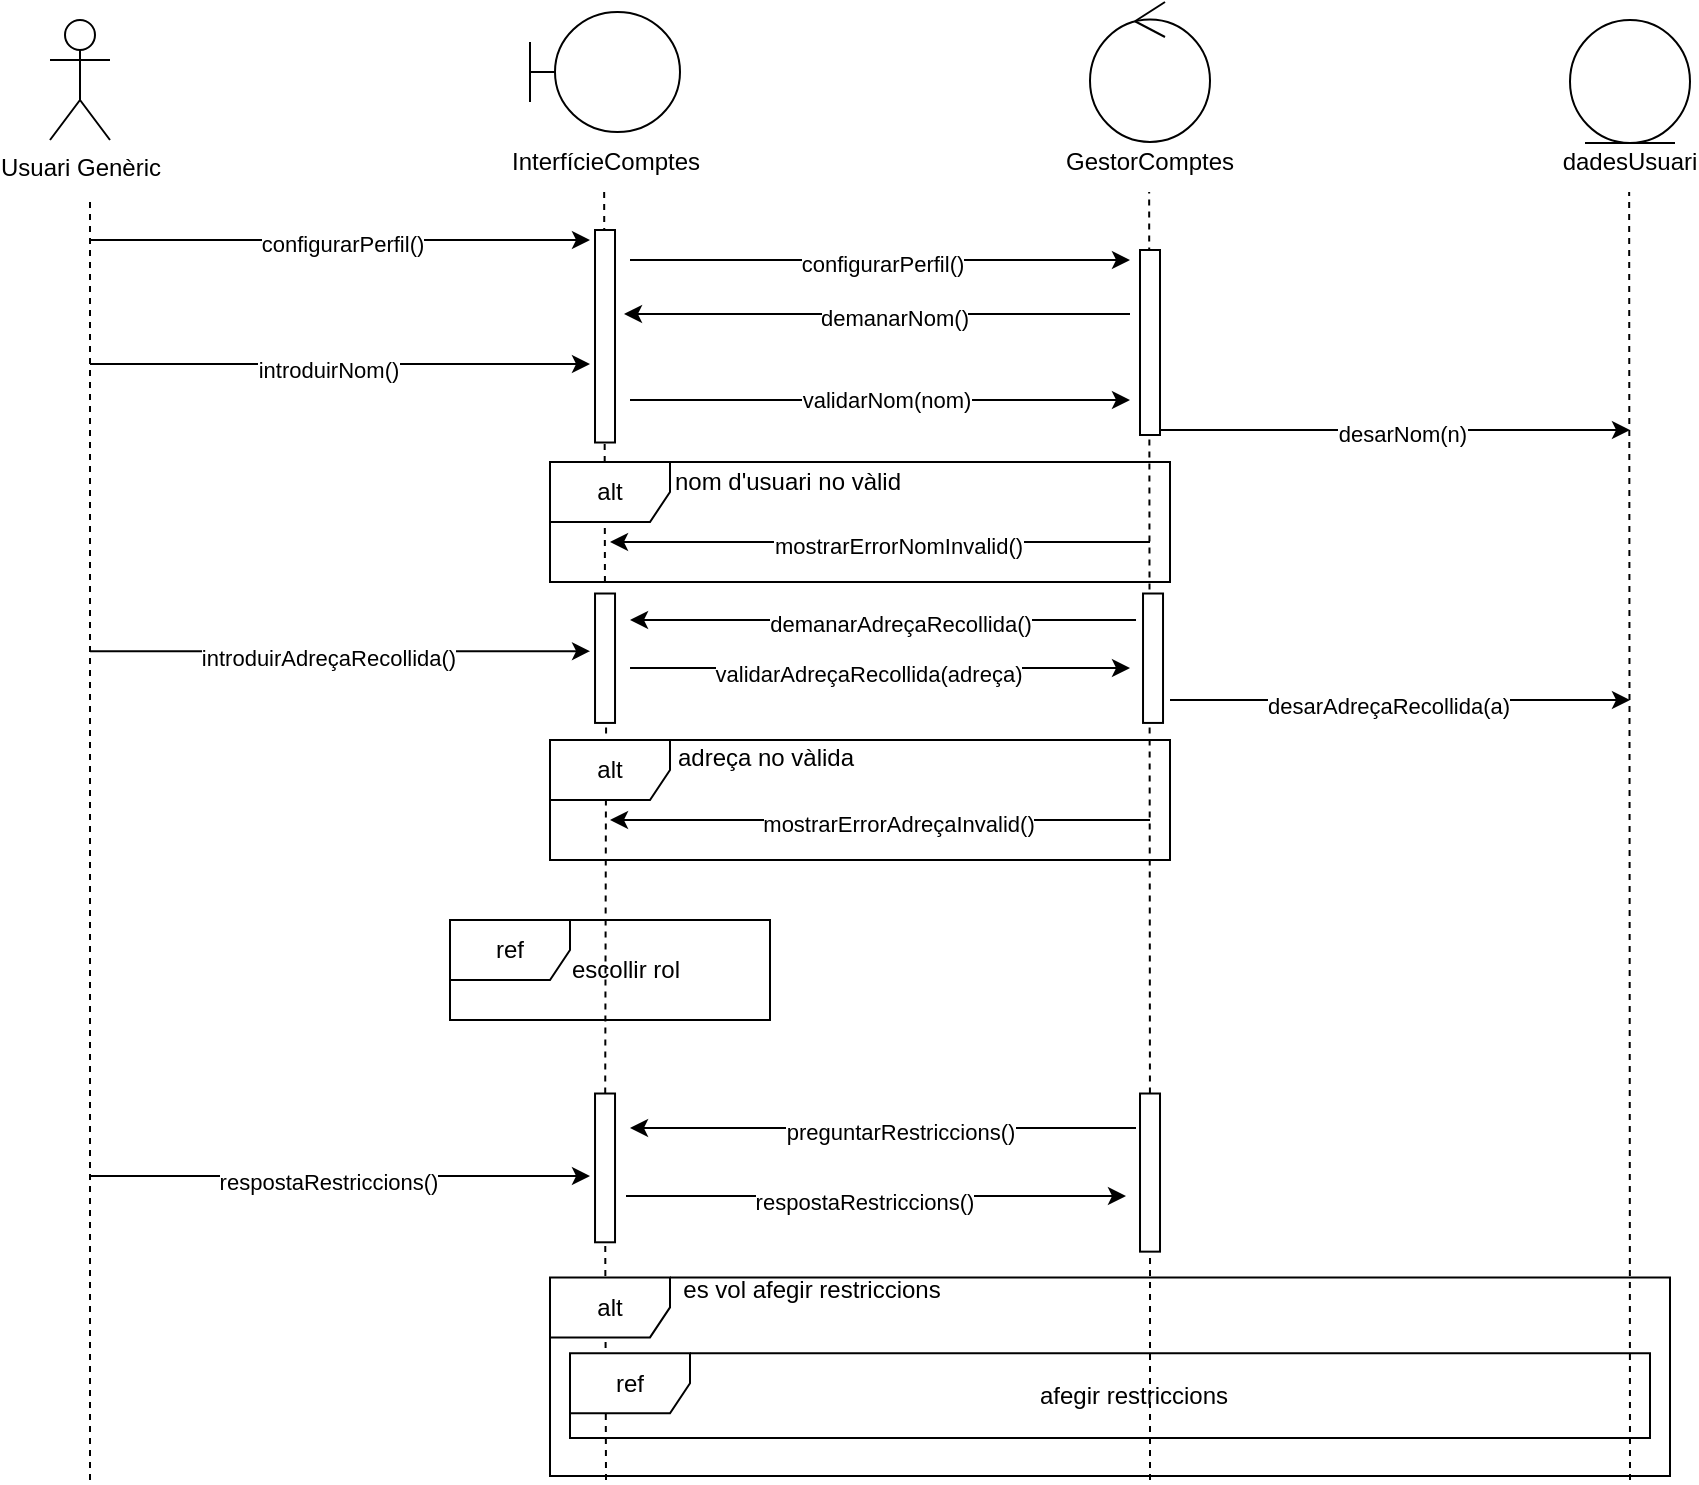
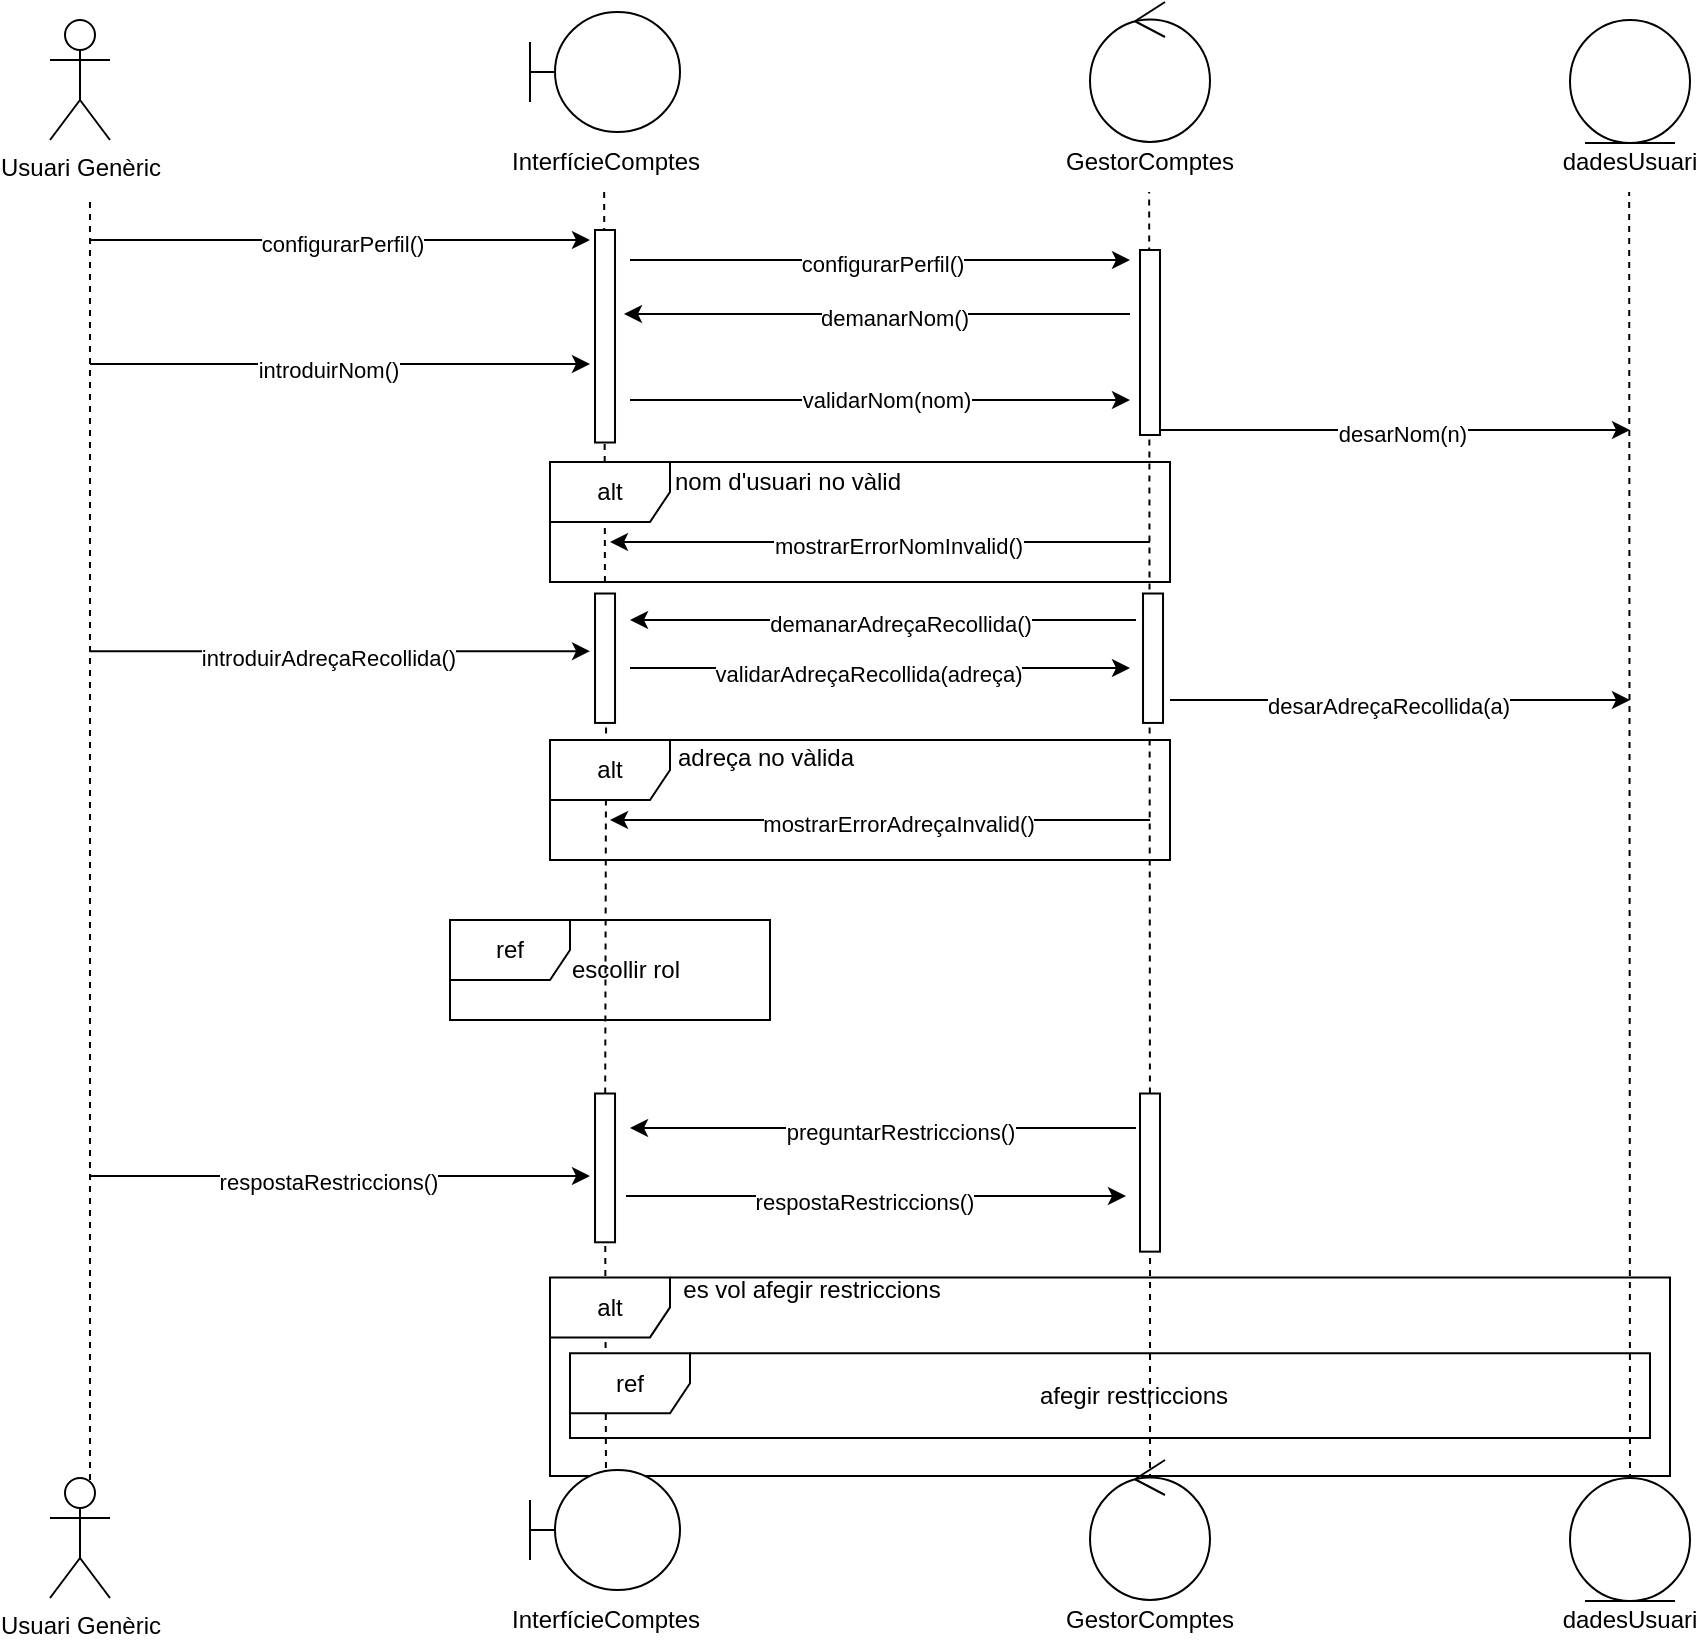
<mxfile host="Electron">
  <diagram name="Pàgina-1" id="qvVAie-Hl5Rr7k6o38sZ">
-     <mxGraphModel dx="1414" dy="882" grid="1" gridSize="10" guides="1" tooltips="1" connect="1" arrows="1" fold="1" page="1" pageScale="1" pageWidth="1169" pageHeight="827" math="0" shadow="0">
+     <mxGraphModel dx="1414" dy="922" grid="1" gridSize="10" guides="1" tooltips="1" connect="1" arrows="1" fold="1" page="1" pageScale="1" pageWidth="1169" pageHeight="827" math="0" shadow="0">
      <root>
        <mxCell id="0" />
        <mxCell id="1" parent="0" />
        <mxCell id="b8Wn0gmdy3Yzb2cbIPzx-2" parent="1" style="shape=umlActor;verticalLabelPosition=bottom;verticalAlign=top;html=1;outlineConnect=0;" value="Usuari Genèric" vertex="1">
-           <mxGeometry height="60" width="30" x="110" y="60" as="geometry" />
+           <mxGeometry height="60" width="30" x="160" y="10" as="geometry" />
        </mxCell>
        <mxCell id="b8Wn0gmdy3Yzb2cbIPzx-11" connectable="0" parent="1" style="group" value="" vertex="1">
-           <mxGeometry height="90" width="75" x="350" y="56" as="geometry" />
+           <mxGeometry height="90" width="75" x="400" y="6" as="geometry" />
        </mxCell>
        <mxCell id="b8Wn0gmdy3Yzb2cbIPzx-6" parent="b8Wn0gmdy3Yzb2cbIPzx-11" style="shape=umlBoundary;whiteSpace=wrap;html=1;" value="" vertex="1">
          <mxGeometry height="60" width="75" as="geometry" />
        </mxCell>
        <mxCell id="b8Wn0gmdy3Yzb2cbIPzx-9" parent="b8Wn0gmdy3Yzb2cbIPzx-11" style="text;html=1;whiteSpace=wrap;strokeColor=none;fillColor=none;align=center;verticalAlign=middle;rounded=0;" value="InterfícieComptes" vertex="1">
          <mxGeometry height="30" width="60" x="7.5" y="60" as="geometry" />
        </mxCell>
        <mxCell id="b8Wn0gmdy3Yzb2cbIPzx-14" connectable="0" parent="1" style="group" value="" vertex="1">
-           <mxGeometry height="95" width="60" x="630" y="51" as="geometry" />
+           <mxGeometry height="95" width="60" x="680" y="1" as="geometry" />
        </mxCell>
        <mxCell id="b8Wn0gmdy3Yzb2cbIPzx-12" parent="b8Wn0gmdy3Yzb2cbIPzx-14" style="ellipse;shape=umlControl;whiteSpace=wrap;html=1;" value="" vertex="1">
          <mxGeometry height="70" width="60" as="geometry" />
        </mxCell>
        <mxCell id="b8Wn0gmdy3Yzb2cbIPzx-13" parent="b8Wn0gmdy3Yzb2cbIPzx-14" style="text;html=1;whiteSpace=wrap;strokeColor=none;fillColor=none;align=center;verticalAlign=middle;rounded=0;" value="GestorComptes" vertex="1">
          <mxGeometry height="30" width="60" y="65" as="geometry" />
        </mxCell>
        <mxCell id="b8Wn0gmdy3Yzb2cbIPzx-15" edge="1" parent="1" style="endArrow=none;dashed=1;html=1;rounded=0;" value="">
          <mxGeometry height="50" relative="1" width="50" as="geometry">
-             <mxPoint x="130" y="790" as="sourcePoint" />
-             <mxPoint x="130" y="150" as="targetPoint" />
+             <mxPoint x="180" y="740" as="sourcePoint" />
+             <mxPoint x="180" y="100" as="targetPoint" />
          </mxGeometry>
        </mxCell>
        <mxCell id="b8Wn0gmdy3Yzb2cbIPzx-16" edge="1" parent="1" style="endArrow=none;dashed=1;html=1;rounded=0;" value="">
          <mxGeometry height="50" relative="1" width="50" as="geometry">
-             <mxPoint x="387.46769230769223" y="341" as="sourcePoint" />
-             <mxPoint x="387.08000000000004" y="146" as="targetPoint" />
+             <mxPoint x="437.46769230769223" y="291" as="sourcePoint" />
+             <mxPoint x="437.08000000000004" y="96" as="targetPoint" />
          </mxGeometry>
        </mxCell>
        <mxCell id="b8Wn0gmdy3Yzb2cbIPzx-17" edge="1" parent="1" source="b8Wn0gmdy3Yzb2cbIPzx-101" style="endArrow=none;dashed=1;html=1;rounded=0;" value="">
          <mxGeometry height="50" relative="1" width="50" as="geometry">
-             <mxPoint x="659.58" y="586" as="sourcePoint" />
-             <mxPoint x="659.58" y="146" as="targetPoint" />
+             <mxPoint x="709.58" y="536" as="sourcePoint" />
+             <mxPoint x="709.58" y="96" as="targetPoint" />
          </mxGeometry>
        </mxCell>
        <mxCell id="b8Wn0gmdy3Yzb2cbIPzx-41" edge="1" parent="1" source="b8Wn0gmdy3Yzb2cbIPzx-107" style="endArrow=none;dashed=1;html=1;rounded=0;entryX=0.091;entryY=1.067;entryDx=0;entryDy=0;entryPerimeter=0;" target="b8Wn0gmdy3Yzb2cbIPzx-135" value="">
          <mxGeometry height="50" relative="1" width="50" as="geometry">
-             <mxPoint x="387.08000000000004" y="660" as="sourcePoint" />
-             <mxPoint x="387" y="414" as="targetPoint" />
+             <mxPoint x="437.08000000000004" y="610" as="sourcePoint" />
+             <mxPoint x="437" y="364" as="targetPoint" />
          </mxGeometry>
        </mxCell>
        <mxCell id="b8Wn0gmdy3Yzb2cbIPzx-46" parent="1" style="text;html=1;whiteSpace=wrap;strokeColor=none;fillColor=none;align=center;verticalAlign=middle;rounded=0;" value="dadesUsuari" vertex="1">
-           <mxGeometry height="30" width="60" x="870" y="116" as="geometry" />
+           <mxGeometry height="30" width="60" x="920" y="66" as="geometry" />
        </mxCell>
        <mxCell id="b8Wn0gmdy3Yzb2cbIPzx-47" parent="1" style="ellipse;shape=umlEntity;whiteSpace=wrap;html=1;" value="" vertex="1">
-           <mxGeometry height="61.5" width="60" x="870" y="60" as="geometry" />
+           <mxGeometry height="61.5" width="60" x="920" y="10" as="geometry" />
        </mxCell>
        <mxCell id="b8Wn0gmdy3Yzb2cbIPzx-48" edge="1" parent="1" style="endArrow=none;dashed=1;html=1;rounded=0;" value="">
          <mxGeometry height="50" relative="1" width="50" as="geometry">
-             <mxPoint x="900" y="790" as="sourcePoint" />
-             <mxPoint x="899.5799999999999" y="146" as="targetPoint" />
+             <mxPoint x="950" y="740" as="sourcePoint" />
+             <mxPoint x="949.5799999999999" y="96" as="targetPoint" />
          </mxGeometry>
        </mxCell>
        <mxCell id="b8Wn0gmdy3Yzb2cbIPzx-68" edge="1" parent="1" style="endArrow=classic;html=1;rounded=0;" value="">
          <mxGeometry height="50" relative="1" width="50" as="geometry">
-             <mxPoint x="130" y="170" as="sourcePoint" />
-             <mxPoint x="380" y="170" as="targetPoint" />
+             <mxPoint x="180" y="120" as="sourcePoint" />
+             <mxPoint x="430" y="120" as="targetPoint" />
          </mxGeometry>
        </mxCell>
        <mxCell id="b8Wn0gmdy3Yzb2cbIPzx-70" connectable="0" parent="b8Wn0gmdy3Yzb2cbIPzx-68" style="edgeLabel;html=1;align=center;verticalAlign=middle;resizable=0;points=[];" value="configurarPerfil()" vertex="1">
          <mxGeometry relative="1" x="0.0093" y="-2" as="geometry">
            <mxPoint as="offset" />
          </mxGeometry>
        </mxCell>
        <mxCell id="b8Wn0gmdy3Yzb2cbIPzx-69" parent="1" style="rounded=0;whiteSpace=wrap;html=1;rotation=-90;" value="" vertex="1">
-           <mxGeometry height="10" width="106.25" x="334.38" y="213.13" as="geometry" />
+           <mxGeometry height="10" width="106.25" x="384.38" y="163.13" as="geometry" />
        </mxCell>
        <mxCell id="b8Wn0gmdy3Yzb2cbIPzx-71" edge="1" parent="1" style="endArrow=classic;html=1;rounded=0;" value="">
          <mxGeometry height="50" relative="1" width="50" as="geometry">
-             <mxPoint x="400" y="180" as="sourcePoint" />
-             <mxPoint x="650" y="180" as="targetPoint" />
+             <mxPoint x="450" y="130" as="sourcePoint" />
+             <mxPoint x="700" y="130" as="targetPoint" />
          </mxGeometry>
        </mxCell>
        <mxCell id="b8Wn0gmdy3Yzb2cbIPzx-72" connectable="0" parent="b8Wn0gmdy3Yzb2cbIPzx-71" style="edgeLabel;html=1;align=center;verticalAlign=middle;resizable=0;points=[];" value="configurarPerfil()" vertex="1">
          <mxGeometry relative="1" x="0.0093" y="-2" as="geometry">
            <mxPoint as="offset" />
          </mxGeometry>
        </mxCell>
        <mxCell id="b8Wn0gmdy3Yzb2cbIPzx-73" parent="1" style="rounded=0;whiteSpace=wrap;html=1;rotation=-90;" value="" vertex="1">
-           <mxGeometry height="10" width="92.5" x="613.75" y="216.25" as="geometry" />
+           <mxGeometry height="10" width="92.5" x="663.75" y="166.25" as="geometry" />
        </mxCell>
        <mxCell id="b8Wn0gmdy3Yzb2cbIPzx-74" edge="1" parent="1" style="endArrow=classic;html=1;rounded=0;" value="">
          <mxGeometry height="50" relative="1" width="50" as="geometry">
-             <mxPoint x="650" y="207" as="sourcePoint" />
-             <mxPoint x="397" y="207" as="targetPoint" />
+             <mxPoint x="700" y="157" as="sourcePoint" />
+             <mxPoint x="447" y="157" as="targetPoint" />
          </mxGeometry>
        </mxCell>
        <mxCell id="b8Wn0gmdy3Yzb2cbIPzx-75" connectable="0" parent="b8Wn0gmdy3Yzb2cbIPzx-74" style="edgeLabel;html=1;align=center;verticalAlign=middle;resizable=0;points=[];" value="demanarNom()" vertex="1">
          <mxGeometry relative="1" x="-0.0684" y="2" as="geometry">
            <mxPoint as="offset" />
          </mxGeometry>
        </mxCell>
        <mxCell id="b8Wn0gmdy3Yzb2cbIPzx-76" edge="1" parent="1" style="endArrow=classic;html=1;rounded=0;" value="">
          <mxGeometry height="50" relative="1" width="50" as="geometry">
-             <mxPoint x="130" y="232" as="sourcePoint" />
-             <mxPoint x="380" y="232" as="targetPoint" />
+             <mxPoint x="180" y="182" as="sourcePoint" />
+             <mxPoint x="430" y="182" as="targetPoint" />
          </mxGeometry>
        </mxCell>
        <mxCell id="b8Wn0gmdy3Yzb2cbIPzx-77" connectable="0" parent="b8Wn0gmdy3Yzb2cbIPzx-76" style="edgeLabel;html=1;align=center;verticalAlign=middle;resizable=0;points=[];" value="introduirNom()" vertex="1">
          <mxGeometry relative="1" x="-0.0507" y="-3" as="geometry">
            <mxPoint as="offset" />
          </mxGeometry>
        </mxCell>
        <mxCell id="b8Wn0gmdy3Yzb2cbIPzx-78" edge="1" parent="1" style="endArrow=classic;html=1;rounded=0;" value="">
          <mxGeometry height="50" relative="1" width="50" as="geometry">
-             <mxPoint x="400" y="250" as="sourcePoint" />
-             <mxPoint x="650" y="250" as="targetPoint" />
+             <mxPoint x="450" y="200" as="sourcePoint" />
+             <mxPoint x="700" y="200" as="targetPoint" />
          </mxGeometry>
        </mxCell>
        <mxCell id="b8Wn0gmdy3Yzb2cbIPzx-79" connectable="0" parent="b8Wn0gmdy3Yzb2cbIPzx-78" style="edgeLabel;html=1;align=center;verticalAlign=middle;resizable=0;points=[];" value="validarNom(nom)" vertex="1">
          <mxGeometry relative="1" x="0.0252" as="geometry">
            <mxPoint as="offset" />
          </mxGeometry>
        </mxCell>
        <mxCell id="b8Wn0gmdy3Yzb2cbIPzx-82" edge="1" parent="1" style="endArrow=classic;html=1;rounded=0;" value="a">
          <mxGeometry height="50" relative="1" width="50" as="geometry">
-             <mxPoint x="665" y="265" as="sourcePoint" />
-             <mxPoint x="900" y="265" as="targetPoint" />
+             <mxPoint x="715" y="215" as="sourcePoint" />
+             <mxPoint x="950" y="215" as="targetPoint" />
          </mxGeometry>
        </mxCell>
        <mxCell id="b8Wn0gmdy3Yzb2cbIPzx-83" connectable="0" parent="b8Wn0gmdy3Yzb2cbIPzx-82" style="edgeLabel;html=1;align=center;verticalAlign=middle;resizable=0;points=[];" value="desarNom(n)" vertex="1">
          <mxGeometry relative="1" x="0.0241" y="-2" as="geometry">
            <mxPoint as="offset" />
          </mxGeometry>
        </mxCell>
        <mxCell id="b8Wn0gmdy3Yzb2cbIPzx-102" edge="1" parent="1" style="endArrow=none;dashed=1;html=1;rounded=0;" target="b8Wn0gmdy3Yzb2cbIPzx-101" value="">
          <mxGeometry height="50" relative="1" width="50" as="geometry">
-             <mxPoint x="660" y="790" as="sourcePoint" />
-             <mxPoint x="659.58" y="146" as="targetPoint" />
+             <mxPoint x="710" y="740" as="sourcePoint" />
+             <mxPoint x="709.58" y="96" as="targetPoint" />
          </mxGeometry>
        </mxCell>
        <mxCell id="b8Wn0gmdy3Yzb2cbIPzx-101" parent="1" style="rounded=0;whiteSpace=wrap;html=1;rotation=-90;" value="" vertex="1">
-           <mxGeometry height="10" width="79.07" x="620.47" y="631.29" as="geometry" />
+           <mxGeometry height="10" width="79.07" x="670.47" y="581.29" as="geometry" />
        </mxCell>
        <mxCell id="b8Wn0gmdy3Yzb2cbIPzx-103" edge="1" parent="1" style="endArrow=classic;html=1;rounded=0;" value="">
          <mxGeometry height="50" relative="1" width="50" as="geometry">
-             <mxPoint x="653" y="614" as="sourcePoint" />
-             <mxPoint x="400" y="614" as="targetPoint" />
+             <mxPoint x="703" y="564" as="sourcePoint" />
+             <mxPoint x="450" y="564" as="targetPoint" />
          </mxGeometry>
        </mxCell>
        <mxCell id="b8Wn0gmdy3Yzb2cbIPzx-104" connectable="0" parent="b8Wn0gmdy3Yzb2cbIPzx-103" style="edgeLabel;html=1;align=center;verticalAlign=middle;resizable=0;points=[];" value="preguntarRestriccions()" vertex="1">
          <mxGeometry relative="1" x="-0.0684" y="2" as="geometry">
            <mxPoint as="offset" />
          </mxGeometry>
        </mxCell>
        <mxCell id="b8Wn0gmdy3Yzb2cbIPzx-105" edge="1" parent="1" style="endArrow=classic;html=1;rounded=0;" value="">
          <mxGeometry height="50" relative="1" width="50" as="geometry">
-             <mxPoint x="130" y="638" as="sourcePoint" />
-             <mxPoint x="380" y="638" as="targetPoint" />
+             <mxPoint x="180" y="588" as="sourcePoint" />
+             <mxPoint x="430" y="588" as="targetPoint" />
          </mxGeometry>
        </mxCell>
        <mxCell id="b8Wn0gmdy3Yzb2cbIPzx-106" connectable="0" parent="b8Wn0gmdy3Yzb2cbIPzx-105" style="edgeLabel;html=1;align=center;verticalAlign=middle;resizable=0;points=[];" value="respostaRestriccions()" vertex="1">
          <mxGeometry relative="1" x="-0.0507" y="-3" as="geometry">
            <mxPoint as="offset" />
          </mxGeometry>
        </mxCell>
        <mxCell id="b8Wn0gmdy3Yzb2cbIPzx-108" edge="1" parent="1" style="endArrow=none;dashed=1;html=1;rounded=0;" target="b8Wn0gmdy3Yzb2cbIPzx-107" value="">
          <mxGeometry height="50" relative="1" width="50" as="geometry">
-             <mxPoint x="388" y="790" as="sourcePoint" />
-             <mxPoint x="387" y="340" as="targetPoint" />
+             <mxPoint x="438" y="740" as="sourcePoint" />
+             <mxPoint x="437" y="290" as="targetPoint" />
          </mxGeometry>
        </mxCell>
        <mxCell id="b8Wn0gmdy3Yzb2cbIPzx-107" parent="1" style="rounded=0;whiteSpace=wrap;html=1;rotation=-90;" value="" vertex="1">
-           <mxGeometry height="10" width="74.39" x="350.32" y="628.95" as="geometry" />
+           <mxGeometry height="10" width="74.39" x="400.32" y="578.95" as="geometry" />
        </mxCell>
        <mxCell id="b8Wn0gmdy3Yzb2cbIPzx-109" edge="1" parent="1" style="endArrow=classic;html=1;rounded=0;" value="">
          <mxGeometry height="50" relative="1" width="50" as="geometry">
-             <mxPoint x="398" y="648" as="sourcePoint" />
-             <mxPoint x="648" y="648" as="targetPoint" />
+             <mxPoint x="448" y="598" as="sourcePoint" />
+             <mxPoint x="698" y="598" as="targetPoint" />
          </mxGeometry>
        </mxCell>
        <mxCell id="b8Wn0gmdy3Yzb2cbIPzx-110" connectable="0" parent="b8Wn0gmdy3Yzb2cbIPzx-109" style="edgeLabel;html=1;align=center;verticalAlign=middle;resizable=0;points=[];" value="respostaRestriccions()" vertex="1">
          <mxGeometry relative="1" x="-0.0507" y="-3" as="geometry">
            <mxPoint as="offset" />
          </mxGeometry>
        </mxCell>
        <mxCell id="b8Wn0gmdy3Yzb2cbIPzx-120" edge="1" parent="1" style="endArrow=classic;html=1;rounded=0;" value="">
          <mxGeometry height="50" relative="1" width="50" as="geometry">
-             <mxPoint x="653.01" y="360" as="sourcePoint" />
-             <mxPoint x="400.01" y="360" as="targetPoint" />
+             <mxPoint x="703.01" y="310" as="sourcePoint" />
+             <mxPoint x="450.01" y="310" as="targetPoint" />
          </mxGeometry>
        </mxCell>
        <mxCell id="b8Wn0gmdy3Yzb2cbIPzx-121" connectable="0" parent="b8Wn0gmdy3Yzb2cbIPzx-120" style="edgeLabel;html=1;align=center;verticalAlign=middle;resizable=0;points=[];" value="demanarAdreçaRecollida()" vertex="1">
          <mxGeometry relative="1" x="-0.0684" y="2" as="geometry">
            <mxPoint as="offset" />
          </mxGeometry>
        </mxCell>
        <mxCell id="b8Wn0gmdy3Yzb2cbIPzx-122" edge="1" parent="1" style="endArrow=classic;html=1;rounded=0;" value="">
          <mxGeometry height="50" relative="1" width="50" as="geometry">
-             <mxPoint x="130.01" y="375.58000000000004" as="sourcePoint" />
-             <mxPoint x="380.01" y="375.58000000000004" as="targetPoint" />
+             <mxPoint x="180.01" y="325.58000000000004" as="sourcePoint" />
+             <mxPoint x="430.01" y="325.58000000000004" as="targetPoint" />
          </mxGeometry>
        </mxCell>
        <mxCell id="b8Wn0gmdy3Yzb2cbIPzx-123" connectable="0" parent="b8Wn0gmdy3Yzb2cbIPzx-122" style="edgeLabel;html=1;align=center;verticalAlign=middle;resizable=0;points=[];" value="introduirAdreçaRecollida()" vertex="1">
          <mxGeometry relative="1" x="-0.0507" y="-3" as="geometry">
            <mxPoint as="offset" />
          </mxGeometry>
        </mxCell>
        <mxCell id="b8Wn0gmdy3Yzb2cbIPzx-126" edge="1" parent="1" style="endArrow=classic;html=1;rounded=0;" value="">
          <mxGeometry height="50" relative="1" width="50" as="geometry">
-             <mxPoint x="400.01" y="384" as="sourcePoint" />
-             <mxPoint x="650.01" y="384" as="targetPoint" />
+             <mxPoint x="450.01" y="334" as="sourcePoint" />
+             <mxPoint x="700.01" y="334" as="targetPoint" />
          </mxGeometry>
        </mxCell>
        <mxCell id="b8Wn0gmdy3Yzb2cbIPzx-127" connectable="0" parent="b8Wn0gmdy3Yzb2cbIPzx-126" style="edgeLabel;html=1;align=center;verticalAlign=middle;resizable=0;points=[];" value="validarAdreçaRecollida(adreça)" vertex="1">
          <mxGeometry relative="1" x="-0.0507" y="-3" as="geometry">
            <mxPoint as="offset" />
          </mxGeometry>
        </mxCell>
        <mxCell id="b8Wn0gmdy3Yzb2cbIPzx-132" edge="1" parent="1" style="endArrow=classic;html=1;rounded=0;" value="">
          <mxGeometry height="50" relative="1" width="50" as="geometry">
-             <mxPoint x="670" y="400" as="sourcePoint" />
-             <mxPoint x="900" y="400" as="targetPoint" />
+             <mxPoint x="720" y="350" as="sourcePoint" />
+             <mxPoint x="950" y="350" as="targetPoint" />
          </mxGeometry>
        </mxCell>
        <mxCell id="b8Wn0gmdy3Yzb2cbIPzx-133" connectable="0" parent="b8Wn0gmdy3Yzb2cbIPzx-132" style="edgeLabel;html=1;align=center;verticalAlign=middle;resizable=0;points=[];" value="desarAdreçaRecollida(a)" vertex="1">
          <mxGeometry relative="1" x="-0.0507" y="-3" as="geometry">
            <mxPoint as="offset" />
          </mxGeometry>
        </mxCell>
        <mxCell id="b8Wn0gmdy3Yzb2cbIPzx-134" connectable="0" parent="1" style="group" value="" vertex="1">
-           <mxGeometry height="105" width="560" x="360" y="683" as="geometry" />
+           <mxGeometry height="105" width="560" x="410" y="633" as="geometry" />
        </mxCell>
        <mxCell id="b8Wn0gmdy3Yzb2cbIPzx-128" parent="b8Wn0gmdy3Yzb2cbIPzx-134" style="text;html=1;whiteSpace=wrap;strokeColor=none;fillColor=none;align=center;verticalAlign=middle;rounded=0;" value="afegir restriccions" vertex="1">
          <mxGeometry height="23.448275862068964" width="163.90243902439025" x="209.9965853658537" y="53.10068965517241" as="geometry" />
        </mxCell>
        <mxCell id="b8Wn0gmdy3Yzb2cbIPzx-129" parent="b8Wn0gmdy3Yzb2cbIPzx-134" style="shape=umlFrame;whiteSpace=wrap;html=1;pointerEvents=0;" value="ref" vertex="1">
          <mxGeometry height="42.41" width="540" x="10" y="43.62" as="geometry" />
        </mxCell>
        <mxCell id="b8Wn0gmdy3Yzb2cbIPzx-130" parent="b8Wn0gmdy3Yzb2cbIPzx-134" style="shape=umlFrame;whiteSpace=wrap;html=1;pointerEvents=0;" value="alt" vertex="1">
          <mxGeometry height="99.3103448275862" width="560" y="5.689655172413794" as="geometry" />
        </mxCell>
        <mxCell id="b8Wn0gmdy3Yzb2cbIPzx-131" parent="b8Wn0gmdy3Yzb2cbIPzx-134" style="text;html=1;whiteSpace=wrap;strokeColor=none;fillColor=none;align=center;verticalAlign=middle;rounded=0;" value="es vol afegir restriccions" vertex="1">
          <mxGeometry height="23.448275862068964" width="382.43902439024396" x="-60.0007317073171" as="geometry" />
        </mxCell>
        <mxCell id="b8Wn0gmdy3Yzb2cbIPzx-135" parent="1" style="shape=umlFrame;whiteSpace=wrap;html=1;pointerEvents=0;" value="alt" vertex="1">
-           <mxGeometry height="60" width="310" x="360" y="281" as="geometry" />
+           <mxGeometry height="60" width="310" x="410" y="231" as="geometry" />
        </mxCell>
        <mxCell id="b8Wn0gmdy3Yzb2cbIPzx-136" parent="1" style="shape=umlFrame;whiteSpace=wrap;html=1;pointerEvents=0;" value="alt" vertex="1">
-           <mxGeometry height="60" width="310" x="360" y="420" as="geometry" />
+           <mxGeometry height="60" width="310" x="410" y="370" as="geometry" />
        </mxCell>
        <mxCell id="b8Wn0gmdy3Yzb2cbIPzx-137" parent="1" style="text;html=1;whiteSpace=wrap;strokeColor=none;fillColor=none;align=center;verticalAlign=middle;rounded=0;" value="nom d&#39;usuari no vàlid" vertex="1">
-           <mxGeometry height="30" width="122.49" x="417.51" y="276" as="geometry" />
+           <mxGeometry height="30" width="122.49" x="467.51" y="226" as="geometry" />
        </mxCell>
        <mxCell id="b8Wn0gmdy3Yzb2cbIPzx-138" parent="1" style="text;html=1;whiteSpace=wrap;strokeColor=none;fillColor=none;align=center;verticalAlign=middle;rounded=0;" value="adreça no vàlida" vertex="1">
-           <mxGeometry height="30" width="110" x="413" y="414" as="geometry" />
+           <mxGeometry height="30" width="110" x="463" y="364" as="geometry" />
        </mxCell>
        <mxCell id="b8Wn0gmdy3Yzb2cbIPzx-139" edge="1" parent="1" style="endArrow=classic;html=1;rounded=0;" value="">
          <mxGeometry height="50" relative="1" width="50" as="geometry">
-             <mxPoint x="660" y="321" as="sourcePoint" />
-             <mxPoint x="390" y="321" as="targetPoint" />
+             <mxPoint x="710" y="271" as="sourcePoint" />
+             <mxPoint x="440" y="271" as="targetPoint" />
          </mxGeometry>
        </mxCell>
        <mxCell id="b8Wn0gmdy3Yzb2cbIPzx-140" connectable="0" parent="b8Wn0gmdy3Yzb2cbIPzx-139" style="edgeLabel;html=1;align=center;verticalAlign=middle;resizable=0;points=[];" value="mostrarErrorNomInvalid()" vertex="1">
          <mxGeometry relative="1" x="-0.0684" y="2" as="geometry">
            <mxPoint as="offset" />
          </mxGeometry>
        </mxCell>
        <mxCell id="b8Wn0gmdy3Yzb2cbIPzx-141" edge="1" parent="1" style="endArrow=classic;html=1;rounded=0;exitX=1;exitY=0.667;exitDx=0;exitDy=0;exitPerimeter=0;" value="">
          <mxGeometry height="50" relative="1" width="50" as="geometry">
-             <mxPoint x="660" y="460" as="sourcePoint" />
-             <mxPoint x="390" y="460" as="targetPoint" />
+             <mxPoint x="710" y="410" as="sourcePoint" />
+             <mxPoint x="440" y="410" as="targetPoint" />
          </mxGeometry>
        </mxCell>
        <mxCell id="b8Wn0gmdy3Yzb2cbIPzx-142" connectable="0" parent="b8Wn0gmdy3Yzb2cbIPzx-141" style="edgeLabel;html=1;align=center;verticalAlign=middle;resizable=0;points=[];" value="mostrarErrorAdreçaInvalid()" vertex="1">
          <mxGeometry relative="1" x="-0.0684" y="2" as="geometry">
            <mxPoint as="offset" />
          </mxGeometry>
        </mxCell>
        <mxCell id="kHJznk3XrNnOj1-PBsdQ-1" connectable="0" parent="1" style="group" value="" vertex="1">
-           <mxGeometry height="50" width="160" x="310" y="510" as="geometry" />
+           <mxGeometry height="50" width="160" x="360" y="460" as="geometry" />
        </mxCell>
        <mxCell id="b8Wn0gmdy3Yzb2cbIPzx-98" parent="kHJznk3XrNnOj1-PBsdQ-1" style="shape=umlFrame;whiteSpace=wrap;html=1;pointerEvents=0;" value="ref" vertex="1">
          <mxGeometry height="50" width="160" as="geometry" />
        </mxCell>
        <mxCell id="b8Wn0gmdy3Yzb2cbIPzx-111" parent="kHJznk3XrNnOj1-PBsdQ-1" style="text;html=1;whiteSpace=wrap;strokeColor=none;fillColor=none;align=center;verticalAlign=middle;rounded=0;" value="escollir rol" vertex="1">
          <mxGeometry height="30" width="60" x="57.50999999999999" y="10" as="geometry" />
        </mxCell>
        <mxCell id="kHJznk3XrNnOj1-PBsdQ-2" parent="1" style="rounded=0;whiteSpace=wrap;html=1;rotation=-90;" value="" vertex="1">
-           <mxGeometry height="10" width="64.71" x="355.16" y="374.11" as="geometry" />
+           <mxGeometry height="10" width="64.71" x="405.16" y="324.11" as="geometry" />
        </mxCell>
        <mxCell id="kHJznk3XrNnOj1-PBsdQ-3" parent="1" style="rounded=0;whiteSpace=wrap;html=1;rotation=-90;" value="" vertex="1">
-           <mxGeometry height="10" width="64.71" x="629.1600000000001" y="374.11" as="geometry" />
+           <mxGeometry height="10" width="64.71" x="679.1600000000001" y="324.11" as="geometry" />
+         </mxCell>
+         <mxCell id="lnIEDrp67K46PDVH-dxx-1" parent="1" style="shape=umlActor;verticalLabelPosition=bottom;verticalAlign=top;html=1;outlineConnect=0;" value="Usuari Genèric" vertex="1">
+           <mxGeometry height="60" width="30" x="160" y="739" as="geometry" />
+         </mxCell>
+         <mxCell id="lnIEDrp67K46PDVH-dxx-2" connectable="0" parent="1" style="group" value="" vertex="1">
+           <mxGeometry height="90" width="75" x="400" y="735" as="geometry" />
+         </mxCell>
+         <mxCell id="lnIEDrp67K46PDVH-dxx-3" parent="lnIEDrp67K46PDVH-dxx-2" style="shape=umlBoundary;whiteSpace=wrap;html=1;" value="" vertex="1">
+           <mxGeometry height="60" width="75" as="geometry" />
+         </mxCell>
+         <mxCell id="lnIEDrp67K46PDVH-dxx-4" parent="lnIEDrp67K46PDVH-dxx-2" style="text;html=1;whiteSpace=wrap;strokeColor=none;fillColor=none;align=center;verticalAlign=middle;rounded=0;" value="InterfícieComptes" vertex="1">
+           <mxGeometry height="30" width="60" x="7.5" y="60" as="geometry" />
+         </mxCell>
+         <mxCell id="lnIEDrp67K46PDVH-dxx-5" connectable="0" parent="1" style="group" value="" vertex="1">
+           <mxGeometry height="95" width="60" x="680" y="730" as="geometry" />
+         </mxCell>
+         <mxCell id="lnIEDrp67K46PDVH-dxx-6" parent="lnIEDrp67K46PDVH-dxx-5" style="ellipse;shape=umlControl;whiteSpace=wrap;html=1;" value="" vertex="1">
+           <mxGeometry height="70" width="60" as="geometry" />
+         </mxCell>
+         <mxCell id="lnIEDrp67K46PDVH-dxx-7" parent="lnIEDrp67K46PDVH-dxx-5" style="text;html=1;whiteSpace=wrap;strokeColor=none;fillColor=none;align=center;verticalAlign=middle;rounded=0;" value="GestorComptes" vertex="1">
+           <mxGeometry height="30" width="60" y="65" as="geometry" />
+         </mxCell>
+         <mxCell id="lnIEDrp67K46PDVH-dxx-8" parent="1" style="text;html=1;whiteSpace=wrap;strokeColor=none;fillColor=none;align=center;verticalAlign=middle;rounded=0;" value="dadesUsuari" vertex="1">
+           <mxGeometry height="30" width="60" x="920" y="795" as="geometry" />
+         </mxCell>
+         <mxCell id="lnIEDrp67K46PDVH-dxx-9" parent="1" style="ellipse;shape=umlEntity;whiteSpace=wrap;html=1;" value="" vertex="1">
+           <mxGeometry height="61.5" width="60" x="920" y="739" as="geometry" />
        </mxCell>
      </root>
    </mxGraphModel>
  </diagram>
</mxfile>
